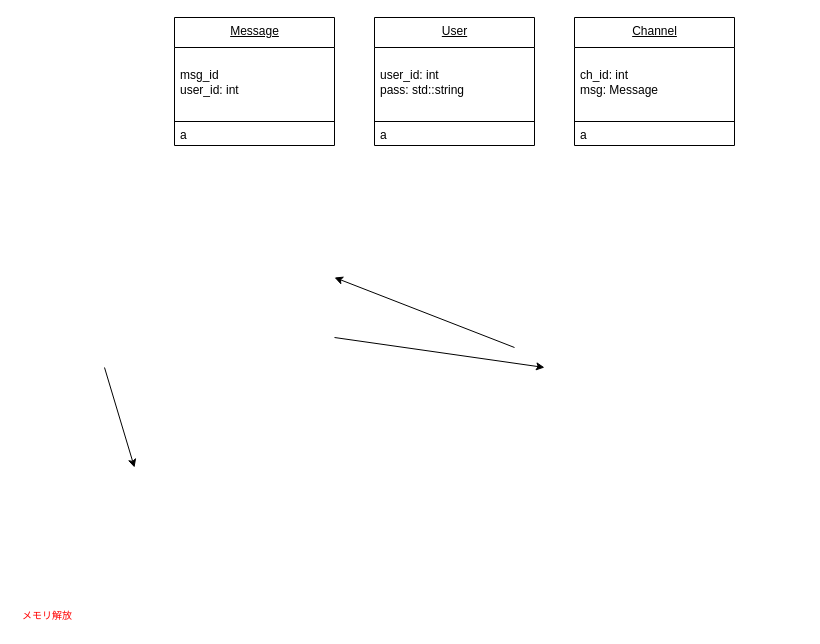
Before: page "Class" (2 of 2) of irc_design.drawio in yunixuma/myIRC, a draw.io diagram. Source tidied: cells renumbered, new cells numbered last; positions are measured from the earlier drawing's top-left corner, leaving out a move shared by most shapes. Both pictures are drawn from the tidied source at 100%, with x=0, y=0 at pixel (17, 17).
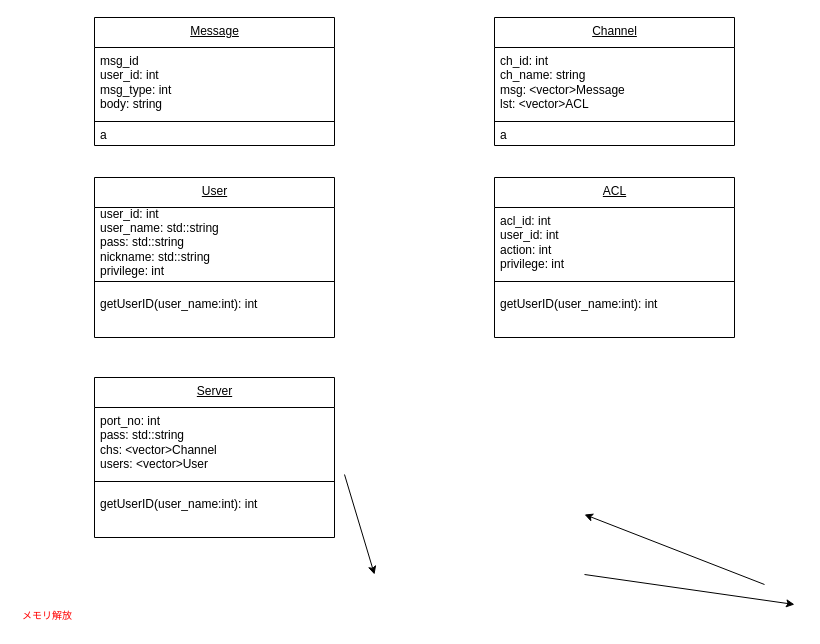
The same diagram, later.

Commit message:
Update a chart (add classes)

Change to the diagram source:
```diff
@@
     <mxCell id="2" style="edgeStyle=none;html=1;" parent="1" edge="1">
       <mxGeometry relative="1" as="geometry">
-        <mxPoint x="87" y="350" as="sourcePoint" />
-        <mxPoint x="117" y="450" as="targetPoint" />
+        <mxPoint x="327" y="457" as="sourcePoint" />
+        <mxPoint x="357" y="557" as="targetPoint" />
       </mxGeometry>
     </mxCell>
@@
     <mxCell id="4" style="edgeStyle=none;html=1;exitX=0;exitY=0;exitDx=0;exitDy=0;" parent="1" edge="1">
       <mxGeometry relative="1" as="geometry">
-        <mxPoint x="317" y="320" as="sourcePoint" />
-        <mxPoint x="527" y="350" as="targetPoint" />
+        <mxPoint x="567" y="557" as="sourcePoint" />
+        <mxPoint x="777" y="587" as="targetPoint" />
       </mxGeometry>
     </mxCell>
     <mxCell id="5" style="edgeStyle=none;html=1;exitX=0;exitY=0;exitDx=0;exitDy=0;entryX=0;entryY=0;entryDx=0;entryDy=0;" parent="1" edge="1">
       <mxGeometry relative="1" as="geometry">
-        <mxPoint x="497" y="330" as="sourcePoint" />
-        <mxPoint x="317" y="260" as="targetPoint" />
+        <mxPoint x="747" y="567" as="sourcePoint" />
+        <mxPoint x="567" y="497" as="targetPoint" />
       </mxGeometry>
     </mxCell>
     <mxCell id="6" value="Channel" style="swimlane;fontStyle=4;align=center;verticalAlign=top;horizontal=1;startSize=30;html=1;" parent="1" vertex="1">
-      <mxGeometry x="557" width="160" height="128" as="geometry" />
+      <mxGeometry x="477" width="240" height="128" as="geometry" />
     </mxCell>
-    <mxCell id="7" value="ch_id: int&lt;br&gt;msg: Message" style="html=1;strokeColor=none;fillColor=none;align=left;verticalAlign=middle;spacingLeft=4;spacingRight=4;" parent="6" vertex="1">
-      <mxGeometry y="30" width="160" height="70" as="geometry" />
+    <mxCell id="7" value="ch_id: int&lt;br&gt;ch_name: string&lt;br&gt;msg: &amp;lt;vector&amp;gt;Message&lt;br&gt;lst: &amp;lt;vector&amp;gt;ACL" style="html=1;strokeColor=none;fillColor=none;align=left;verticalAlign=middle;spacingLeft=4;spacingRight=4;" parent="6" vertex="1">
+      <mxGeometry y="30" width="240" height="70" as="geometry" />
     </mxCell>
     <mxCell id="8" style="line;strokeWidth=1;fillColor=none;align=left;verticalAlign=middle;spacingTop=-1;spacingLeft=3;spacingRight=3;labelPosition=right;" parent="6" vertex="1">
-      <mxGeometry y="100" width="160" height="8" as="geometry" />
+      <mxGeometry y="100" width="240" height="8" as="geometry" />
     </mxCell>
     <mxCell id="9" value="&lt;div style=&quot;&quot;&gt;&lt;span style=&quot;background-color: initial;&quot;&gt;a&lt;/span&gt;&lt;/div&gt;" style="html=1;strokeColor=none;fillColor=none;align=left;verticalAlign=middle;spacingLeft=4;spacingRight=4;" parent="6" vertex="1">
-      <mxGeometry y="108" width="160" height="20" as="geometry" />
+      <mxGeometry y="108" width="240" height="20" as="geometry" />
     </mxCell>
     <mxCell id="10" value="Message" style="swimlane;fontStyle=4;align=center;verticalAlign=top;horizontal=1;startSize=30;html=1;" parent="1" vertex="1">
-      <mxGeometry x="157" width="160" height="128" as="geometry" />
+      <mxGeometry x="77" width="240" height="128" as="geometry" />
     </mxCell>
-    <mxCell id="11" value="msg_id&lt;br&gt;user_id: int" style="html=1;strokeColor=none;fillColor=none;align=left;verticalAlign=middle;spacingLeft=4;spacingRight=4;" parent="10" vertex="1">
-      <mxGeometry y="30" width="160" height="70" as="geometry" />
+    <mxCell id="11" value="msg_id&lt;br&gt;user_id: int&lt;br&gt;msg_type: int&lt;br&gt;body: string" style="html=1;strokeColor=none;fillColor=none;align=left;verticalAlign=middle;spacingLeft=4;spacingRight=4;" parent="10" vertex="1">
+      <mxGeometry y="30" width="240" height="70" as="geometry" />
     </mxCell>
     <mxCell id="12" style="line;strokeWidth=1;fillColor=none;align=left;verticalAlign=middle;spacingTop=-1;spacingLeft=3;spacingRight=3;labelPosition=right;" parent="10" vertex="1">
-      <mxGeometry y="100" width="160" height="8" as="geometry" />
+      <mxGeometry y="100" width="240" height="8" as="geometry" />
     </mxCell>
     <mxCell id="13" value="&lt;div style=&quot;&quot;&gt;&lt;span style=&quot;background-color: initial;&quot;&gt;a&lt;/span&gt;&lt;/div&gt;" style="html=1;strokeColor=none;fillColor=none;align=left;verticalAlign=middle;spacingLeft=4;spacingRight=4;" parent="10" vertex="1">
-      <mxGeometry y="108" width="160" height="20" as="geometry" />
+      <mxGeometry y="108" width="240" height="20" as="geometry" />
     </mxCell>
     <mxCell id="14" value="User" style="swimlane;fontStyle=4;align=center;verticalAlign=top;horizontal=1;startSize=30;html=1;" parent="1" vertex="1">
-      <mxGeometry x="357" width="160" height="128" as="geometry" />
+      <mxGeometry x="77" y="160" width="240" height="160" as="geometry" />
     </mxCell>
-    <mxCell id="15" value="user_id: int&lt;br&gt;pass: std::string" style="html=1;strokeColor=none;fillColor=none;align=left;verticalAlign=middle;spacingLeft=4;spacingRight=4;" parent="14" vertex="1">
-      <mxGeometry y="30" width="160" height="70" as="geometry" />
+    <mxCell id="15" value="user_id: int&lt;br&gt;user_name: std::string&lt;br&gt;pass: std::string&lt;br&gt;nickname: std::string&lt;br&gt;privilege: int" style="html=1;strokeColor=none;fillColor=none;align=left;verticalAlign=middle;spacingLeft=4;spacingRight=4;" parent="14" vertex="1">
+      <mxGeometry y="30" width="240" height="70" as="geometry" />
     </mxCell>
     <mxCell id="16" style="line;strokeWidth=1;fillColor=none;align=left;verticalAlign=middle;spacingTop=-1;spacingLeft=3;spacingRight=3;labelPosition=right;" parent="14" vertex="1">
-      <mxGeometry y="100" width="160" height="8" as="geometry" />
+      <mxGeometry y="100" width="240" height="8" as="geometry" />
     </mxCell>
-    <mxCell id="17" value="&lt;div style=&quot;&quot;&gt;&lt;span style=&quot;background-color: initial;&quot;&gt;a&lt;/span&gt;&lt;/div&gt;" style="html=1;strokeColor=none;fillColor=none;align=left;verticalAlign=middle;spacingLeft=4;spacingRight=4;" parent="14" vertex="1">
-      <mxGeometry y="108" width="160" height="20" as="geometry" />
+    <mxCell id="17" value="&lt;div style=&quot;&quot;&gt;&lt;span style=&quot;background-color: initial;&quot;&gt;getUserID(user_name:int): int&lt;/span&gt;&lt;/div&gt;&lt;div style=&quot;&quot;&gt;&lt;span style=&quot;background-color: initial;&quot;&gt;&lt;br&gt;&lt;/span&gt;&lt;/div&gt;" style="html=1;strokeColor=none;fillColor=none;align=left;verticalAlign=middle;spacingLeft=4;spacingRight=4;" parent="14" vertex="1">
+      <mxGeometry y="108" width="240" height="52" as="geometry" />
     </mxCell>
+    <mxCell id="18" value="ACL" style="swimlane;fontStyle=4;align=center;verticalAlign=top;horizontal=1;startSize=30;html=1;" parent="1" vertex="1">
+      <mxGeometry x="477" y="160" width="240" height="160" as="geometry" />
+    </mxCell>
+    <mxCell id="19" value="acl_id: int&lt;br&gt;user_id: int&lt;br&gt;action: int&lt;br&gt;privilege: int" style="html=1;strokeColor=none;fillColor=none;align=left;verticalAlign=middle;spacingLeft=4;spacingRight=4;" parent="18" vertex="1">
+      <mxGeometry y="30" width="240" height="70" as="geometry" />
+    </mxCell>
+    <mxCell id="20" style="line;strokeWidth=1;fillColor=none;align=left;verticalAlign=middle;spacingTop=-1;spacingLeft=3;spacingRight=3;labelPosition=right;" parent="18" vertex="1">
+      <mxGeometry y="100" width="240" height="8" as="geometry" />
+    </mxCell>
+    <mxCell id="21" value="&lt;div style=&quot;&quot;&gt;&lt;span style=&quot;background-color: initial;&quot;&gt;getUserID(user_name:int): int&lt;/span&gt;&lt;/div&gt;&lt;div style=&quot;&quot;&gt;&lt;span style=&quot;background-color: initial;&quot;&gt;&lt;br&gt;&lt;/span&gt;&lt;/div&gt;" style="html=1;strokeColor=none;fillColor=none;align=left;verticalAlign=middle;spacingLeft=4;spacingRight=4;" parent="18" vertex="1">
+      <mxGeometry y="108" width="240" height="52" as="geometry" />
+    </mxCell>
+    <mxCell id="22" value="Server" style="swimlane;fontStyle=4;align=center;verticalAlign=top;horizontal=1;startSize=30;html=1;" parent="1" vertex="1">
+      <mxGeometry x="77" y="360" width="240" height="160" as="geometry" />
+    </mxCell>
+    <mxCell id="23" value="port_no: int&lt;br&gt;pass: std::string&lt;br&gt;chs: &amp;lt;vector&amp;gt;Channel&lt;br&gt;users: &amp;lt;vector&amp;gt;User" style="html=1;strokeColor=none;fillColor=none;align=left;verticalAlign=middle;spacingLeft=4;spacingRight=4;" parent="22" vertex="1">
+      <mxGeometry y="30" width="240" height="70" as="geometry" />
+    </mxCell>
+    <mxCell id="24" style="line;strokeWidth=1;fillColor=none;align=left;verticalAlign=middle;spacingTop=-1;spacingLeft=3;spacingRight=3;labelPosition=right;" parent="22" vertex="1">
+      <mxGeometry y="100" width="240" height="8" as="geometry" />
+    </mxCell>
+    <mxCell id="25" value="&lt;div style=&quot;&quot;&gt;&lt;span style=&quot;background-color: initial;&quot;&gt;getUserID(user_name:int): int&lt;/span&gt;&lt;/div&gt;&lt;div style=&quot;&quot;&gt;&lt;span style=&quot;background-color: initial;&quot;&gt;&lt;br&gt;&lt;/span&gt;&lt;/div&gt;" style="html=1;strokeColor=none;fillColor=none;align=left;verticalAlign=middle;spacingLeft=4;spacingRight=4;" parent="22" vertex="1">
+      <mxGeometry y="108" width="240" height="52" as="geometry" />
+    </mxCell>
```
